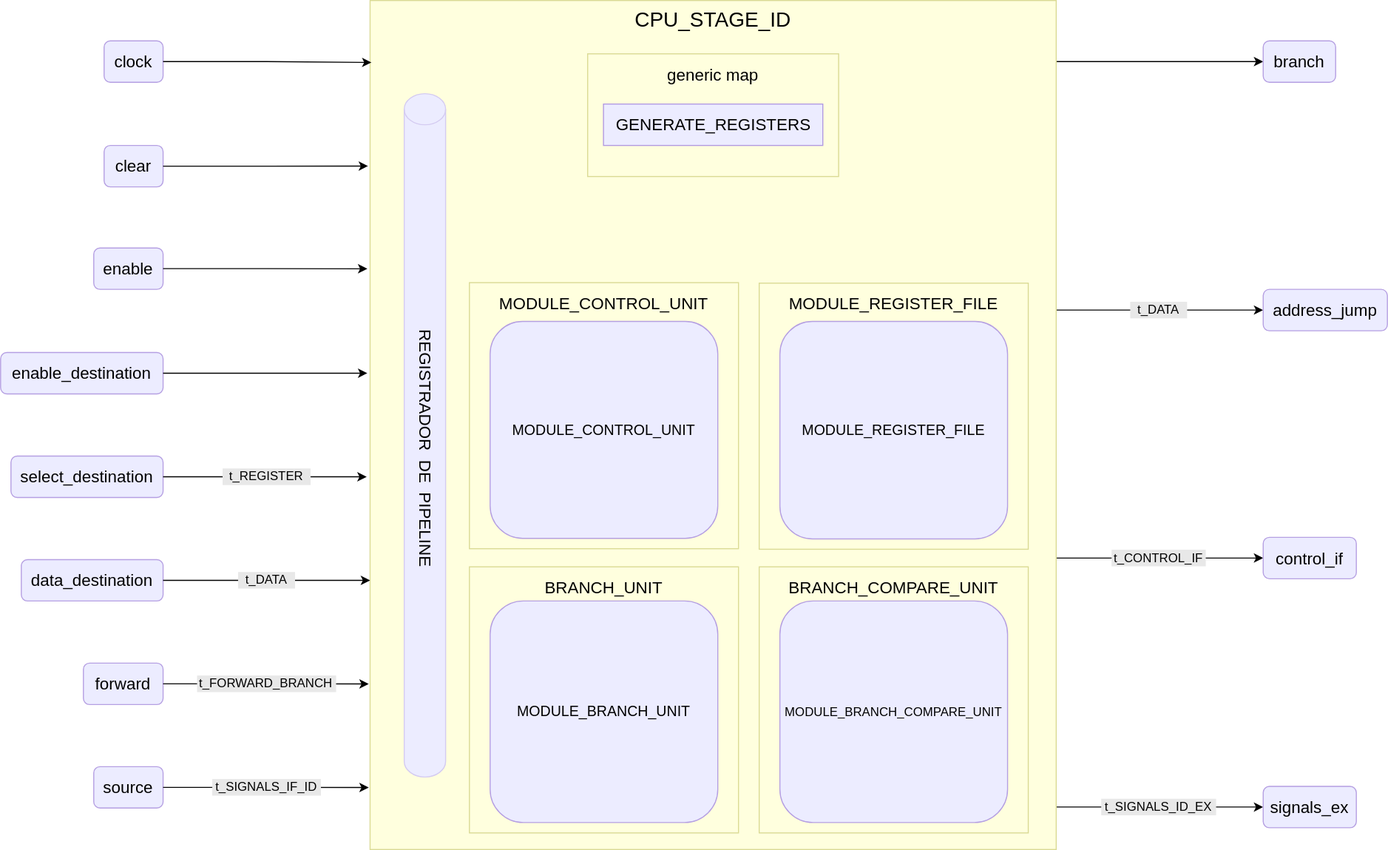
Earlier version of the draw.io export docs/public/images/reference/report_components/cpu_stage_id.drawio.svg (insper-riscv/core). Source tidied: cells renumbered, new cells last; positions are measured from the earlier drawing's top-left corner, leaving out a move shared by most shapes.
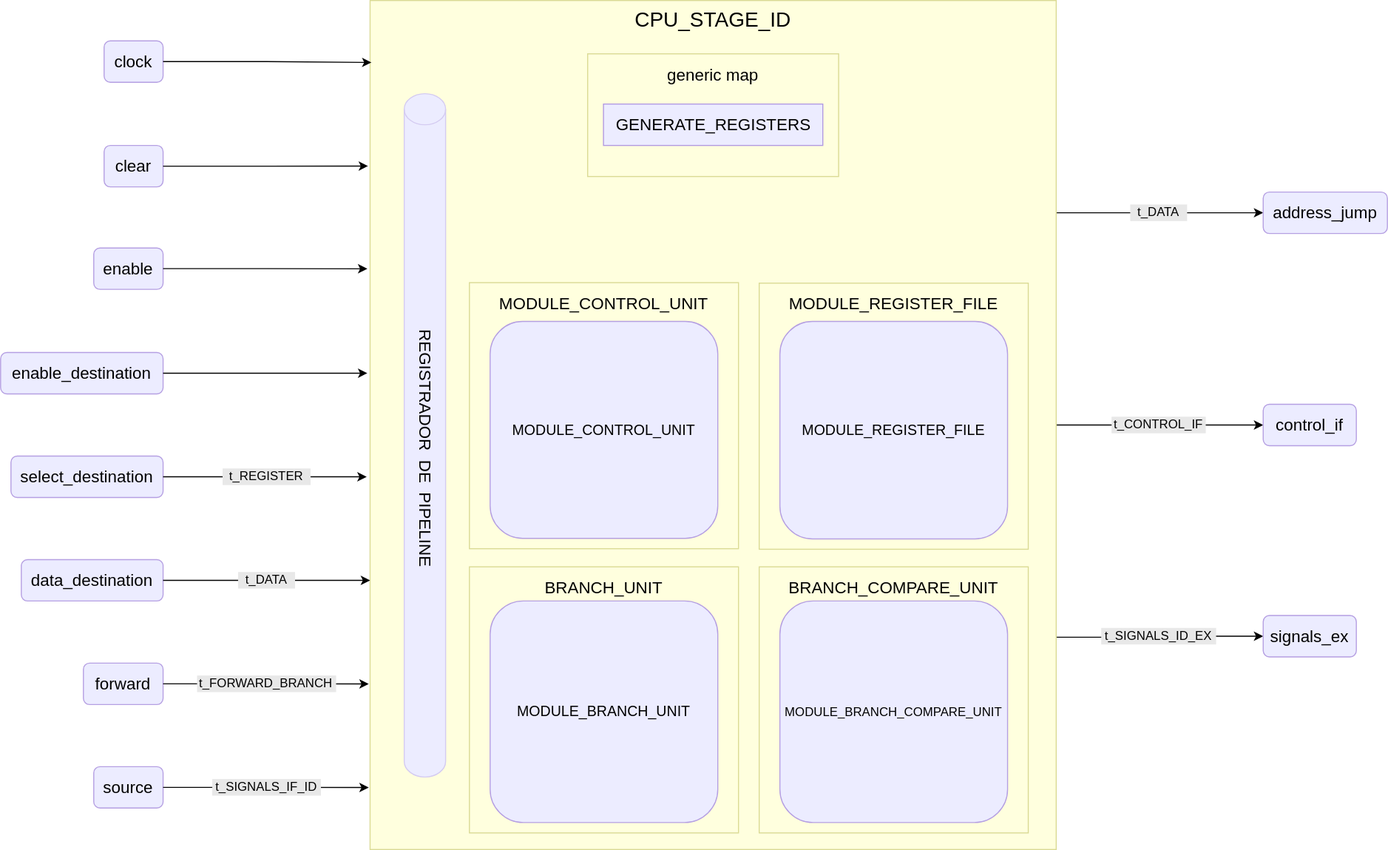
Later version of the same file.

Commit message:
updating stage id topology

What changed in the source:
```diff
@@ -2,36 +2,14 @@
   <root>
     <mxCell id="0" />
     <mxCell id="1" parent="0" />
-    <mxCell id="2" style="edgeStyle=orthogonalEdgeStyle;rounded=0;jettySize=auto;html=1;entryX=0;entryY=0.5;entryDx=0;entryDy=0;" parent="1" edge="1" source="6" target="11">
-      <mxGeometry relative="1" as="geometry">
-        <Array as="points">
-          <mxPoint x="1020" y="59" />
-          <mxPoint x="1020" y="59" />
-        </Array>
-      </mxGeometry>
-    </mxCell>
-    <mxCell id="3" style="edgeStyle=orthogonalEdgeStyle;rounded=0;jettySize=auto;html=1;entryX=0;entryY=0.5;entryDx=0;entryDy=0;" parent="1" edge="1" source="6" target="36">
-      <mxGeometry relative="1" as="geometry">
-        <Array as="points">
-          <mxPoint x="1020" y="299" />
-          <mxPoint x="1020" y="299" />
-        </Array>
-      </mxGeometry>
+    <mxCell id="3" style="edgeStyle=orthogonalEdgeStyle;rounded=0;jettySize=auto;html=1;exitX=1;exitY=0.25;exitDx=0;exitDy=0;entryX=0;entryY=0.5;entryDx=0;entryDy=0;" parent="1" edge="1" source="6" target="36">
+      <mxGeometry relative="1" as="geometry" />
     </mxCell>
     <mxCell id="4" style="edgeStyle=orthogonalEdgeStyle;rounded=0;jettySize=auto;html=1;entryX=0;entryY=0.5;entryDx=0;entryDy=0;" parent="1" edge="1" source="6" target="37">
-      <mxGeometry relative="1" as="geometry">
-        <Array as="points">
-          <mxPoint x="1060" y="539" />
-        </Array>
-      </mxGeometry>
+      <mxGeometry relative="1" as="geometry" />
     </mxCell>
-    <mxCell id="5" style="edgeStyle=orthogonalEdgeStyle;rounded=0;jettySize=auto;html=1;entryX=0;entryY=0.5;entryDx=0;entryDy=0;" parent="1" edge="1" source="6" target="38">
-      <mxGeometry relative="1" as="geometry">
-        <Array as="points">
-          <mxPoint x="1070" y="779" />
-          <mxPoint x="1070" y="779" />
-        </Array>
-      </mxGeometry>
+    <mxCell id="5" style="edgeStyle=orthogonalEdgeStyle;rounded=0;jettySize=auto;html=1;exitX=1;exitY=0.75;exitDx=0;exitDy=0;entryX=0;entryY=0.5;entryDx=0;entryDy=0;" parent="1" edge="1" source="6" target="38">
+      <mxGeometry relative="1" as="geometry" />
     </mxCell>
     <mxCell id="6" value="CPU_STAGE_ID" style="rounded=0;whiteSpace=wrap;html=1;fillColor=#ffffde;strokeColor=#dada94;verticalAlign=top;fontSize=20;" parent="1" vertex="1">
       <mxGeometry x="357" width="663" height="820" as="geometry" />
@@ -48,9 +26,6 @@
     <mxCell id="10" value="clear" style="rounded=1;whiteSpace=wrap;html=1;fillColor=#ececff;strokeColor=#b59fe2;fontSize=16;" parent="1" vertex="1">
       <mxGeometry x="100" y="140" width="57" height="40" as="geometry" />
     </mxCell>
-    <mxCell id="11" value="branch" style="rounded=1;whiteSpace=wrap;html=1;fillColor=#ececff;strokeColor=#b59fe2;fontSize=16;" parent="1" vertex="1">
-      <mxGeometry x="1220" y="39" width="70" height="40" as="geometry" />
-    </mxCell>
     <mxCell id="12" value="enable" style="rounded=1;whiteSpace=wrap;html=1;fillColor=#ececff;strokeColor=#b59fe2;fontSize=16;" parent="1" vertex="1">
       <mxGeometry x="90" y="239" width="67" height="40" as="geometry" />
     </mxCell>
@@ -124,25 +99,25 @@
       <mxGeometry relative="1" as="geometry" />
     </mxCell>
     <mxCell id="36" value="address_jump" style="rounded=1;whiteSpace=wrap;html=1;fillColor=#ececff;strokeColor=#b59fe2;fontSize=16;" parent="1" vertex="1">
-      <mxGeometry x="1220" y="279" width="120" height="40" as="geometry" />
+      <mxGeometry x="1220" y="185" width="120" height="40" as="geometry" />
     </mxCell>
     <mxCell id="37" value="control_if" style="rounded=1;whiteSpace=wrap;html=1;fillColor=#ececff;strokeColor=#b59fe2;fontSize=16;" parent="1" vertex="1">
-      <mxGeometry x="1220" y="518.5" width="90" height="40" as="geometry" />
+      <mxGeometry x="1220" y="390" width="90" height="40" as="geometry" />
     </mxCell>
     <mxCell id="38" value="signals_ex" style="rounded=1;whiteSpace=wrap;html=1;fillColor=#ececff;strokeColor=#b59fe2;fontSize=16;" parent="1" vertex="1">
-      <mxGeometry x="1220" y="759" width="90" height="40" as="geometry" />
+      <mxGeometry x="1220" y="594" width="90" height="40" as="geometry" />
     </mxCell>
     <mxCell id="39" value="REGISTRADOR&amp;nbsp; DE&amp;nbsp; PIPELINE" style="shape=cylinder3;whiteSpace=wrap;html=1;boundedLbl=1;backgroundOutline=1;size=15;fillColor=#ececff;strokeColor=#d4cbf1;horizontal=1;textDirection=vertical-lr;fontSize=16;" parent="1" vertex="1">
       <mxGeometry x="390" y="90" width="40" height="660" as="geometry" />
     </mxCell>
     <mxCell id="40" value="t_SIGNALS_ID_EX" style="rounded=0;whiteSpace=wrap;html=1;fillColor=#e8e8e8;strokeColor=#e8e8e8;" parent="1" vertex="1">
-      <mxGeometry x="1064" y="771.5" width="110" height="15" as="geometry" />
+      <mxGeometry x="1064" y="606.5" width="110" height="15" as="geometry" />
     </mxCell>
     <mxCell id="41" value="t_CONTROL_IF" style="rounded=0;whiteSpace=wrap;html=1;fillColor=#e8e8e8;strokeColor=#e8e8e8;" parent="1" vertex="1">
-      <mxGeometry x="1074" y="531" width="90" height="15" as="geometry" />
+      <mxGeometry x="1074" y="402.5" width="90" height="15" as="geometry" />
     </mxCell>
     <mxCell id="42" value="t_DATA" style="rounded=0;whiteSpace=wrap;html=1;fillColor=#e8e8e8;strokeColor=#e8e8e8;" parent="1" vertex="1">
-      <mxGeometry x="1092" y="291.5" width="54" height="15" as="geometry" />
+      <mxGeometry x="1092" y="197.5" width="54" height="15" as="geometry" />
     </mxCell>
     <mxCell id="43" value="forward" style="rounded=1;whiteSpace=wrap;html=1;fillColor=#ececff;strokeColor=#b59fe2;fontSize=16;" parent="1" vertex="1">
       <mxGeometry x="80" y="640" width="77" height="40" as="geometry" />
```
